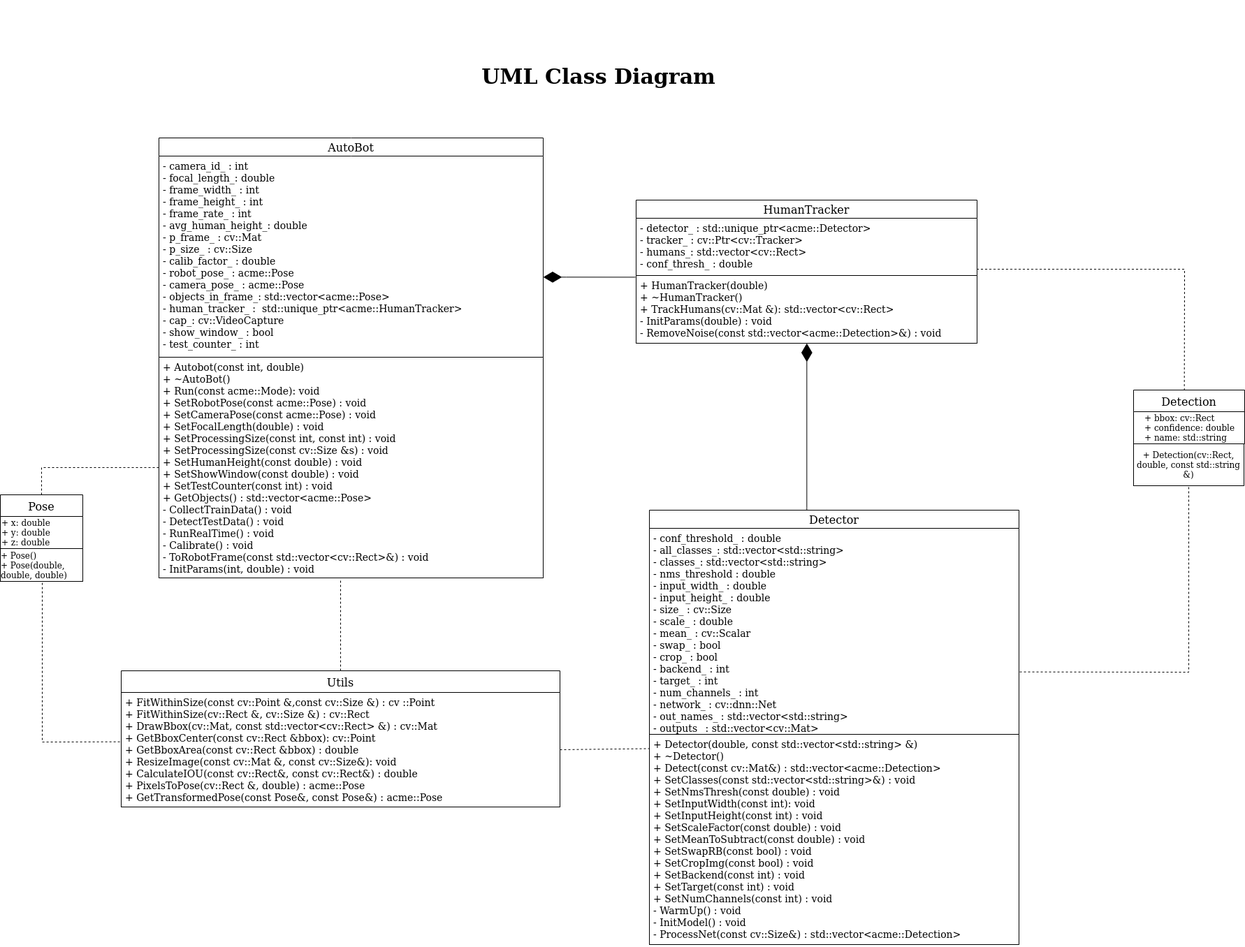
Earlier version of the draw.io export UML/revised/UML_class_diagram.png (mjoshi07/Human-Tracker-Bot). Source tidied: cells renumbered, new cells last; positions are measured from the earlier drawing's top-left corner, leaving out a move shared by most shapes.
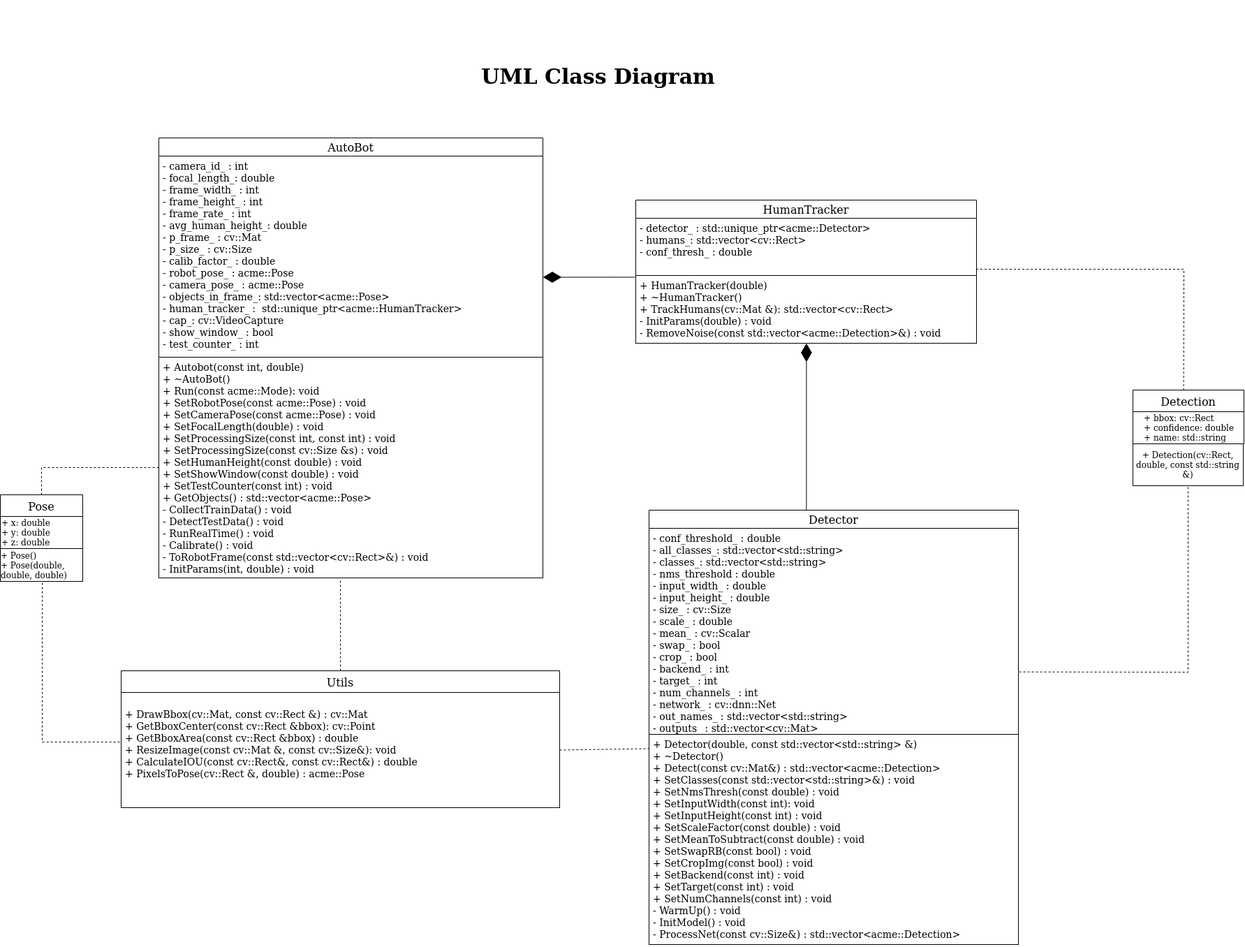
Later version of the same file.

Commit message:
2.14 Updated UML diagrams and added test output results for phase 2

Diff of the diagram source:
```diff
@@ -17,13 +17,13 @@
     <mxCell id="6" value="Utils" style="swimlane;fontStyle=0;horizontal=1;startSize=31;fillColor=none;fontSize=16;" parent="1" vertex="1">
       <mxGeometry x="173" y="960" width="628" height="31" as="geometry" />
     </mxCell>
-    <mxCell id="7" value="+ FitWithinSize(const cv::Point &amp;,const cv::Size &amp;) : cv ::Point&#10;+ FitWithinSize(cv::Rect &amp;, cv::Size &amp;) : cv::Rect&#10;+ DrawBbox(cv::Mat, const std::vector&lt;cv::Rect&gt; &amp;) : cv::Mat&#10;+ GetBboxCenter(const cv::Rect &amp;bbox): cv::Point&#10;+ GetBboxArea(const cv::Rect &amp;bbox) : double&#10;+ ResizeImage(const cv::Mat &amp;, const cv::Size&amp;): void&#10;+ CalculateIOU(const cv::Rect&amp;, const cv::Rect&amp;) : double&#10;+ PixelsToPose(cv::Rect &amp;, double) : acme::Pose&#10;+ GetTransformedPose(const Pose&amp;, const Pose&amp;) : acme::Pose&#10;&#10;&#10;&#10;&#10;" style="text;strokeColor=default;fillColor=none;align=left;verticalAlign=top;spacingLeft=4;spacingRight=4;overflow=hidden;points=[[0,0.5],[1,0.5]];portConstraint=eastwest;fontSize=14;" parent="1" vertex="1">
-      <mxGeometry x="173" y="991" width="628" height="164" as="geometry" />
+    <mxCell id="7" value="&#10;+ DrawBbox(cv::Mat, const cv::Rect &amp;) : cv::Mat&#10;+ GetBboxCenter(const cv::Rect &amp;bbox): cv::Point&#10;+ GetBboxArea(const cv::Rect &amp;bbox) : double&#10;+ ResizeImage(const cv::Mat &amp;, const cv::Size&amp;): void&#10;+ CalculateIOU(const cv::Rect&amp;, const cv::Rect&amp;) : double&#10;+ PixelsToPose(cv::Rect &amp;, double) : acme::Pose&#10;&#10;&#10;&#10;&#10;" style="text;strokeColor=default;fillColor=none;align=left;verticalAlign=top;spacingLeft=4;spacingRight=4;overflow=hidden;points=[[0,0.5],[1,0.5]];portConstraint=eastwest;fontSize=14;" parent="1" vertex="1">
+      <mxGeometry x="173" y="991" width="628" height="165" as="geometry" />
     </mxCell>
     <mxCell id="8" value="HumanTracker" style="swimlane;fontStyle=0;horizontal=1;startSize=26;fillColor=none;fontSize=16;" parent="1" vertex="1">
       <mxGeometry x="910" y="286" width="488" height="108" as="geometry" />
     </mxCell>
-    <mxCell id="9" value="- detector_ : std::unique_ptr&lt;acme::Detector&gt;&#10;- tracker_ : cv::Ptr&lt;cv::Tracker&gt;&#10;- humans_: std::vector&lt;cv::Rect&gt;&#10;- conf_thresh_ : double&#10;&#10;" style="text;strokeColor=none;fillColor=none;align=left;verticalAlign=top;spacingLeft=4;spacingRight=4;overflow=hidden;points=[[0,0.5],[1,0.5]];portConstraint=eastwest;fontColor=default;fontSize=14;" parent="8" vertex="1">
+    <mxCell id="9" value="- detector_ : std::unique_ptr&lt;acme::Detector&gt;&#10;- humans_: std::vector&lt;cv::Rect&gt;&#10;- conf_thresh_ : double&#10;&#10;" style="text;strokeColor=none;fillColor=none;align=left;verticalAlign=top;spacingLeft=4;spacingRight=4;overflow=hidden;points=[[0,0.5],[1,0.5]];portConstraint=eastwest;fontColor=default;fontSize=14;" parent="8" vertex="1">
       <mxGeometry y="26" width="488" height="82" as="geometry" />
     </mxCell>
     <mxCell id="10" value="+ HumanTracker(double)&#10;+ ~HumanTracker()&#10;+ TrackHumans(cv::Mat &amp;): std::vector&lt;cv::Rect&gt;&#10;- InitParams(double) : void&#10;- RemoveNoise(const std::vector&lt;acme::Detection&gt;&amp;) : void" style="text;strokeColor=default;fillColor=none;align=left;verticalAlign=top;spacingLeft=4;spacingRight=4;overflow=hidden;points=[[0,0.5],[1,0.5]];portConstraint=eastwest;fontSize=14;" parent="1" vertex="1">
```
